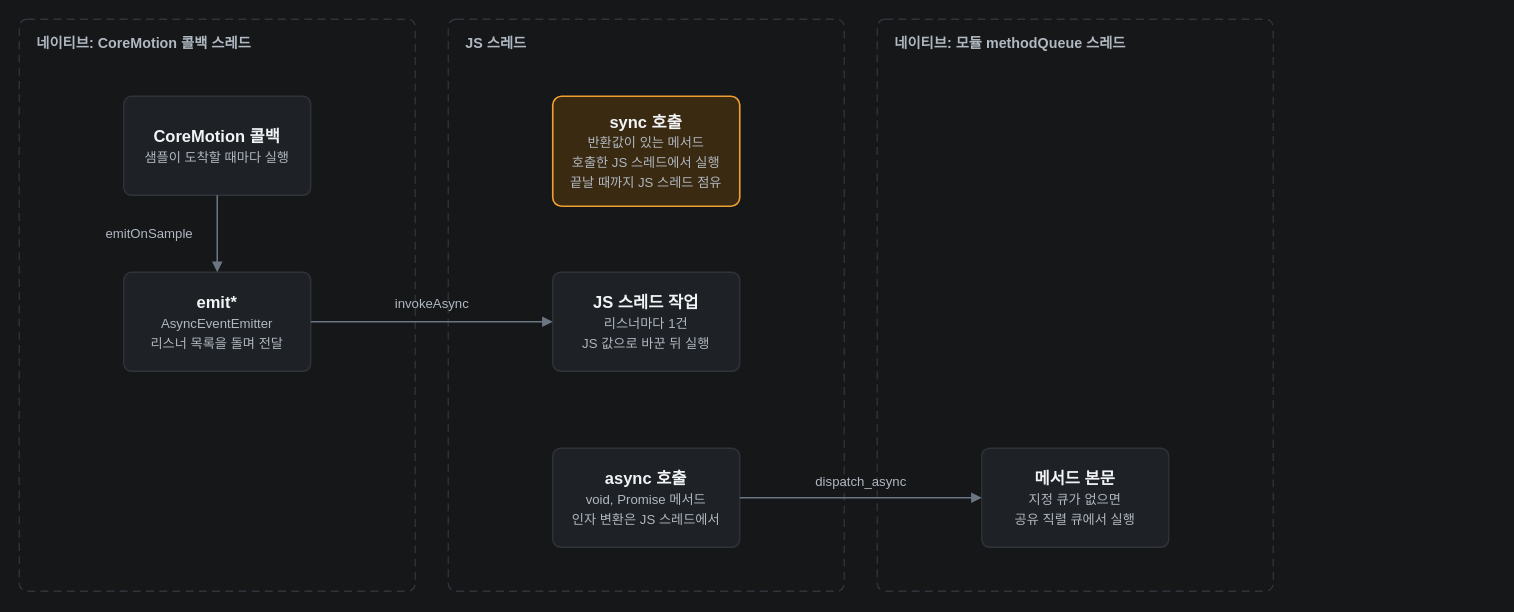
Above: page "rn-native-boundary-map" (1 of 6) of docs/rn-native-bidirectional-queue.drawio in opficdev/opficdev.github.io (draw.io), before the change. Source tidied: cells renumbered, new cells numbered last; positions are measured from the earlier drawing's top-left corner, leaving out a move shared by most shapes. Both pictures are drawn from the tidied source at 110%, with x=0, y=0 at pixel (19, 19).
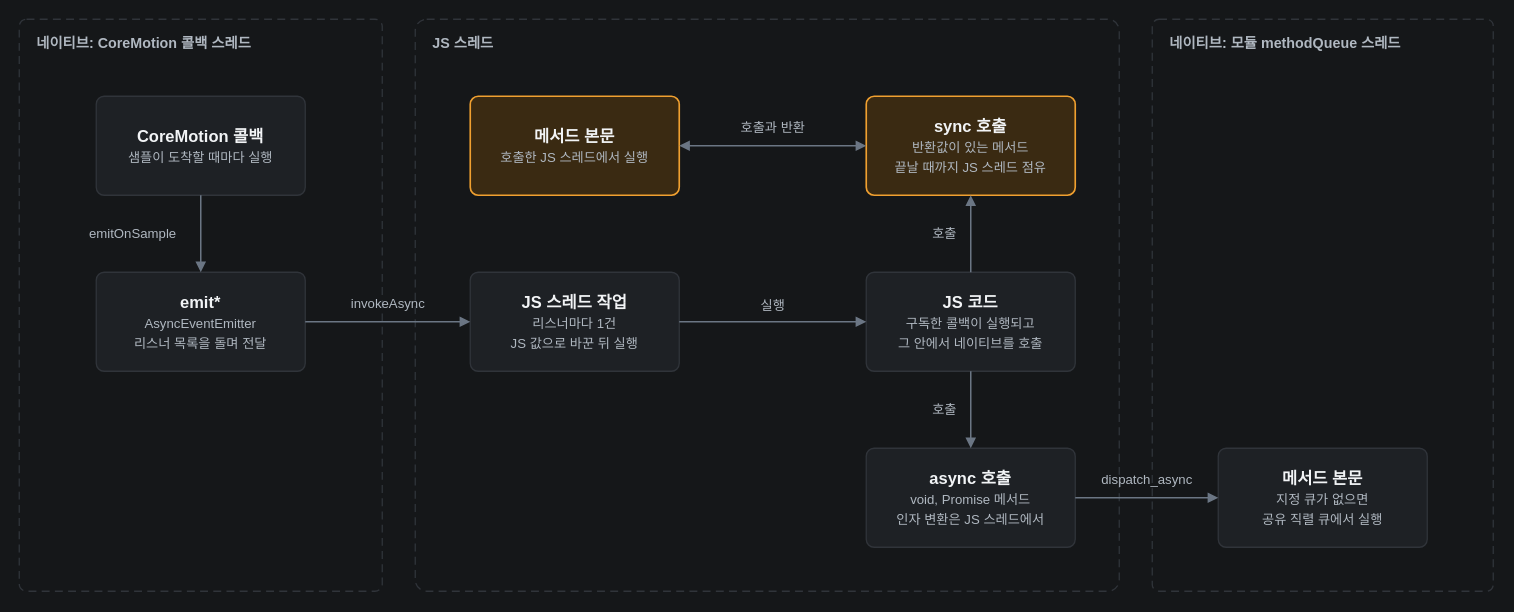
After the change.

The edit, as a diff of the source:
```diff
@@
     <mxCell id="2" value="네이티브: CoreMotion 콜백 스레드" style="rounded=1;arcSize=2;whiteSpace=wrap;html=1;fillColor=none;strokeColor=#30343A;strokeWidth=1.2;dashed=1;dashPattern=6 4;verticalAlign=top;align=left;spacingLeft=14;spacingTop=8;fontFamily=Arial;fontColor=#B0B8C1;fontSize=13;fontStyle=1;" parent="1" vertex="1">
-      <mxGeometry width="360" height="520" as="geometry" />
+      <mxGeometry width="330" height="520" as="geometry" />
     </mxCell>
     <mxCell id="3" value="JS 스레드" style="rounded=1;arcSize=2;whiteSpace=wrap;html=1;fillColor=none;strokeColor=#30343A;strokeWidth=1.2;dashed=1;dashPattern=6 4;verticalAlign=top;align=left;spacingLeft=14;spacingTop=8;fontFamily=Arial;fontColor=#B0B8C1;fontSize=13;fontStyle=1;" parent="1" vertex="1">
-      <mxGeometry x="390" width="360" height="520" as="geometry" />
+      <mxGeometry x="360" width="640" height="520" as="geometry" />
     </mxCell>
     <mxCell id="4" value="네이티브: 모듈 methodQueue 스레드" style="rounded=1;arcSize=2;whiteSpace=wrap;html=1;fillColor=none;strokeColor=#30343A;strokeWidth=1.2;dashed=1;dashPattern=6 4;verticalAlign=top;align=left;spacingLeft=14;spacingTop=8;fontFamily=Arial;fontColor=#B0B8C1;fontSize=13;fontStyle=1;" parent="1" vertex="1">
-      <mxGeometry x="780" width="360" height="520" as="geometry" />
+      <mxGeometry x="1030" width="310" height="520" as="geometry" />
     </mxCell>
     <mxCell id="5" value="&lt;b&gt;CoreMotion 콜백&lt;/b&gt;&lt;br&gt;&lt;font color=&quot;#B0B8C1&quot; style=&quot;font-size:12px&quot;&gt;샘플이 도착할 때마다 실행&lt;/font&gt;" style="rounded=1;arcSize=8;whiteSpace=wrap;html=1;fillColor=#1E2125;strokeColor=#30343A;strokeWidth=1.2;fontFamily=Arial;fontColor=#F2F4F6;fontSize=15;" parent="1" vertex="1">
-      <mxGeometry x="95" y="70" width="170" height="90" as="geometry" />
+      <mxGeometry x="70" y="70" width="190" height="90" as="geometry" />
     </mxCell>
     <mxCell id="6" value="&lt;b&gt;emit*&lt;/b&gt;&lt;br&gt;&lt;font color=&quot;#B0B8C1&quot; style=&quot;font-size:12px&quot;&gt;AsyncEventEmitter&lt;br&gt;리스너 목록을 돌며 전달&lt;/font&gt;" style="rounded=1;arcSize=8;whiteSpace=wrap;html=1;fillColor=#1E2125;strokeColor=#30343A;strokeWidth=1.2;fontFamily=Arial;fontColor=#F2F4F6;fontSize=15;" parent="1" vertex="1">
-      <mxGeometry x="95" y="230" width="170" height="90" as="geometry" />
+      <mxGeometry x="70" y="230" width="190" height="90" as="geometry" />
     </mxCell>
@@
     <mxCell id="8" value="&lt;b&gt;JS 스레드 작업&lt;/b&gt;&lt;br&gt;&lt;font color=&quot;#B0B8C1&quot; style=&quot;font-size:12px&quot;&gt;리스너마다 1건&lt;br&gt;JS 값으로 바꾼 뒤 실행&lt;/font&gt;" style="rounded=1;arcSize=8;whiteSpace=wrap;html=1;fillColor=#1E2125;strokeColor=#30343A;strokeWidth=1.2;fontFamily=Arial;fontColor=#F2F4F6;fontSize=15;" parent="1" vertex="1">
-      <mxGeometry x="485" y="230" width="170" height="90" as="geometry" />
+      <mxGeometry x="410" y="230" width="190" height="90" as="geometry" />
     </mxCell>
@@
+    <mxCell id="14" value="&lt;b&gt;JS 코드&lt;/b&gt;&lt;br&gt;&lt;font color=&quot;#B0B8C1&quot; style=&quot;font-size:12px&quot;&gt;구독한 콜백이 실행되고&lt;br&gt;그 안에서 네이티브를 호출&lt;/font&gt;" style="rounded=1;arcSize=8;whiteSpace=wrap;html=1;fillColor=#1E2125;strokeColor=#30343A;strokeWidth=1.2;fontFamily=Arial;fontColor=#F2F4F6;fontSize=15;" parent="1" vertex="1">
+      <mxGeometry x="770" y="230" width="190" height="90" as="geometry" />
+    </mxCell>
+    <mxCell id="15" value="실행" style="edgeStyle=orthogonalEdgeStyle;rounded=1;arcSize=60;html=1;endArrow=block;endFill=1;strokeColor=#6B7684;strokeWidth=1.4;fontFamily=Arial;fontColor=#B0B8C1;fontSize=12;labelBackgroundColor=none;exitX=1;exitY=0.5;entryX=0;entryY=0.5;exitPerimeter=0;entryPerimeter=0;" parent="1" edge="1" source="8" target="14">
+      <mxGeometry relative="1" as="geometry">
+        <mxPoint y="-14" as="offset" />
+      </mxGeometry>
+    </mxCell>
+    <mxCell id="13" value="&lt;b&gt;sync 호출&lt;/b&gt;&lt;br&gt;&lt;font color=&quot;#B0B8C1&quot; style=&quot;font-size:12px&quot;&gt;반환값이 있는 메서드&lt;br&gt;끝날 때까지 JS 스레드 점유&lt;/font&gt;" style="rounded=1;arcSize=8;whiteSpace=wrap;html=1;fillColor=#3A2A12;strokeColor=#F0A030;strokeWidth=1.5;fontFamily=Arial;fontColor=#F2F4F6;fontSize=15;" parent="1" vertex="1">
+      <mxGeometry x="770" y="70" width="190" height="90" as="geometry" />
+    </mxCell>
+    <mxCell id="16" value="호출" style="edgeStyle=orthogonalEdgeStyle;rounded=1;arcSize=60;html=1;endArrow=block;endFill=1;strokeColor=#6B7684;strokeWidth=1.4;fontFamily=Arial;fontColor=#B0B8C1;fontSize=12;labelBackgroundColor=none;exitX=0.5;exitY=0;entryX=0.5;entryY=1;exitPerimeter=0;entryPerimeter=0;" parent="1" edge="1" source="14" target="13">
+      <mxGeometry relative="1" as="geometry">
+        <mxPoint x="-24" as="offset" />
+      </mxGeometry>
+    </mxCell>
+    <mxCell id="17" value="&lt;b&gt;메서드 본문&lt;/b&gt;&lt;br&gt;&lt;font color=&quot;#B0B8C1&quot; style=&quot;font-size:12px&quot;&gt;호출한 JS 스레드에서 실행&lt;/font&gt;" style="rounded=1;arcSize=8;whiteSpace=wrap;html=1;fillColor=#3A2A12;strokeColor=#F0A030;strokeWidth=1.5;fontFamily=Arial;fontColor=#F2F4F6;fontSize=15;" parent="1" vertex="1">
+      <mxGeometry x="410" y="70" width="190" height="90" as="geometry" />
+    </mxCell>
+    <mxCell id="18" value="호출과 반환" style="edgeStyle=orthogonalEdgeStyle;rounded=1;arcSize=60;html=1;endArrow=block;endFill=1;startArrow=block;startFill=1;strokeColor=#6B7684;strokeWidth=1.4;fontFamily=Arial;fontColor=#B0B8C1;fontSize=12;labelBackgroundColor=none;exitX=0;exitY=0.5;entryX=1;entryY=0.5;exitPerimeter=0;entryPerimeter=0;" parent="1" edge="1" source="13" target="17">
+      <mxGeometry relative="1" as="geometry">
+        <mxPoint y="-16" as="offset" />
+      </mxGeometry>
+    </mxCell>
     <mxCell id="10" value="&lt;b&gt;async 호출&lt;/b&gt;&lt;br&gt;&lt;font color=&quot;#B0B8C1&quot; style=&quot;font-size:12px&quot;&gt;void, Promise 메서드&lt;br&gt;인자 변환은 JS 스레드에서&lt;/font&gt;" style="rounded=1;arcSize=8;whiteSpace=wrap;html=1;fillColor=#1E2125;strokeColor=#30343A;strokeWidth=1.2;fontFamily=Arial;fontColor=#F2F4F6;fontSize=15;" parent="1" vertex="1">
-      <mxGeometry x="485" y="390" width="170" height="90" as="geometry" />
+      <mxGeometry x="770" y="390" width="190" height="90" as="geometry" />
     </mxCell>
+    <mxCell id="19" value="호출" style="edgeStyle=orthogonalEdgeStyle;rounded=1;arcSize=60;html=1;endArrow=block;endFill=1;strokeColor=#6B7684;strokeWidth=1.4;fontFamily=Arial;fontColor=#B0B8C1;fontSize=12;labelBackgroundColor=none;exitX=0.5;exitY=1;entryX=0.5;entryY=0;exitPerimeter=0;entryPerimeter=0;" parent="1" edge="1" source="14" target="10">
+      <mxGeometry relative="1" as="geometry">
+        <mxPoint x="-24" as="offset" />
+      </mxGeometry>
+    </mxCell>
     <mxCell id="11" value="&lt;b&gt;메서드 본문&lt;/b&gt;&lt;br&gt;&lt;font color=&quot;#B0B8C1&quot; style=&quot;font-size:12px&quot;&gt;지정 큐가 없으면&lt;br&gt;공유 직렬 큐에서 실행&lt;/font&gt;" style="rounded=1;arcSize=8;whiteSpace=wrap;html=1;fillColor=#1E2125;strokeColor=#30343A;strokeWidth=1.2;fontFamily=Arial;fontColor=#F2F4F6;fontSize=15;" parent="1" vertex="1">
-      <mxGeometry x="875" y="390" width="170" height="90" as="geometry" />
+      <mxGeometry x="1090" y="390" width="190" height="90" as="geometry" />
     </mxCell>
     <mxCell id="12" value="dispatch_async" style="edgeStyle=orthogonalEdgeStyle;rounded=1;arcSize=60;html=1;endArrow=block;endFill=1;strokeColor=#6B7684;strokeWidth=1.4;fontFamily=Arial;fontColor=#B0B8C1;fontSize=12;labelBackgroundColor=none;exitX=1;exitY=0.5;entryX=0;entryY=0.5;exitPerimeter=0;entryPerimeter=0;" parent="1" edge="1" source="10" target="11">
       <mxGeometry relative="1" as="geometry">
-        <mxPoint y="-14" as="offset" />
+        <mxPoint y="-16" as="offset" />
       </mxGeometry>
     </mxCell>
-    <mxCell id="13" value="&lt;b&gt;sync 호출&lt;/b&gt;&lt;br&gt;&lt;font color=&quot;#B0B8C1&quot; style=&quot;font-size:12px&quot;&gt;반환값이 있는 메서드&lt;br&gt;호출한 JS 스레드에서 실행&lt;br&gt;끝날 때까지 JS 스레드 점유&lt;/font&gt;" style="rounded=1;arcSize=8;whiteSpace=wrap;html=1;fillColor=#3A2A12;strokeColor=#F0A030;strokeWidth=1.5;fontFamily=Arial;fontColor=#F2F4F6;fontSize=15;" parent="1" vertex="1">
-      <mxGeometry x="485" y="70" width="170" height="100" as="geometry" />
-    </mxCell>
```
